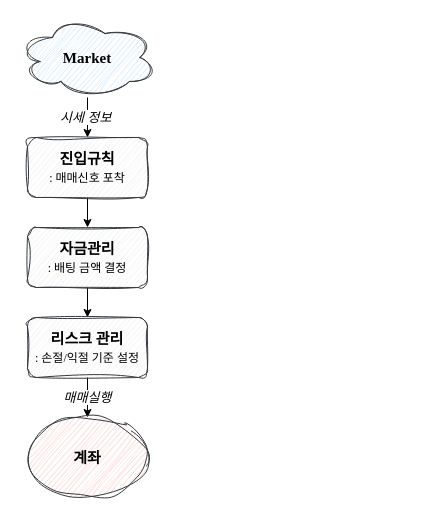
Above: images/2024-11-03-trading-edge-book/trading-flow-chart.drawio in sosoinvest/sosoinvest.github.io (draw.io), before the change. Source tidied: cells renumbered, new cells numbered last; positions are measured from the earlier drawing's top-left corner, leaving out a move shared by most shapes. Both pictures are drawn from the tidied source at 100%, with x=0, y=0 at pixel (17, 17).
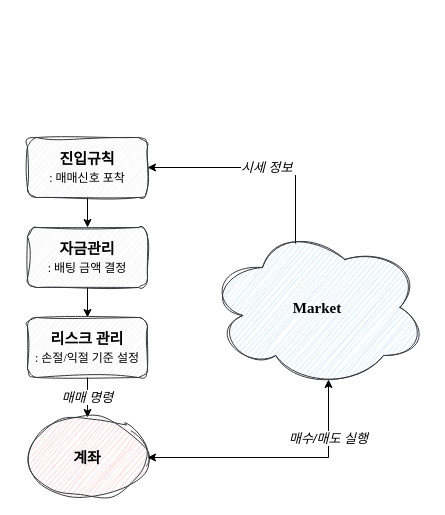
After the change.

What changed in the source:
```diff
@@
 <mxGraphModel>
   <root>
     <mxCell id="0" />
     <mxCell id="1" parent="0" />
-    <mxCell id="2" style="edgeStyle=orthogonalEdgeStyle;rounded=0;jettySize=auto;html=1;entryX=0.5;entryY=0;entryDx=0;entryDy=0;fontFamily=Times New Roman;" parent="1" edge="1" source="4" target="6">
-      <mxGeometry relative="1" as="geometry" />
+    <mxCell id="2" style="edgeStyle=orthogonalEdgeStyle;rounded=0;jettySize=auto;html=1;entryX=1;entryY=0.5;entryDx=0;entryDy=0;fontFamily=Times New Roman;exitX=0.4;exitY=0.1;exitDx=0;exitDy=0;exitPerimeter=0;" parent="1" edge="1" source="4" target="6">
+      <mxGeometry relative="1" as="geometry">
+        <Array as="points">
+          <mxPoint x="278" y="150" />
+        </Array>
+      </mxGeometry>
     </mxCell>
     <mxCell id="3" value="&lt;font style=&quot;font-size: 13px;&quot;&gt;&lt;i&gt;시세 정보&amp;nbsp;&lt;/i&gt;&lt;/font&gt;" style="edgeLabel;html=1;align=center;verticalAlign=middle;" parent="2" vertex="1">
       <mxGeometry x="-0.07" y="-1" relative="1" as="geometry" />
     </mxCell>
     <mxCell id="4" value="&lt;b&gt;Market&lt;/b&gt;" style="ellipse;shape=cloud;whiteSpace=wrap;html=1;sketch=1;curveFitting=1;jiggle=2;fontFamily=Times New Roman;fontSize=15;fillColor=#cce5ff;strokeColor=#36393d;" parent="1" vertex="1">
-      <mxGeometry width="140" height="80" as="geometry" />
+      <mxGeometry x="190" y="210" width="220" height="160" as="geometry" />
     </mxCell>
     <mxCell id="5" style="edgeStyle=orthogonalEdgeStyle;rounded=0;jettySize=auto;html=1;exitX=0.5;exitY=1;exitDx=0;exitDy=0;entryX=0.5;entryY=0;entryDx=0;entryDy=0;fontFamily=Times New Roman;" parent="1" edge="1" source="6" target="8">
       <mxGeometry relative="1" as="geometry" />
     </mxCell>
     <mxCell id="6" value="&lt;b&gt;진입규칙&lt;/b&gt;&lt;div&gt;&lt;font style=&quot;font-size: 12px;&quot;&gt;: 매매신호 포착&lt;/font&gt;&lt;/div&gt;" style="rounded=1;whiteSpace=wrap;html=1;sketch=1;curveFitting=1;jiggle=2;fontFamily=Times New Roman;fontSize=15;fillColor=#eeeeee;strokeColor=#36393d;" parent="1" vertex="1">
       <mxGeometry x="10" y="120" width="120" height="60" as="geometry" />
     </mxCell>
     <mxCell id="7" style="edgeStyle=orthogonalEdgeStyle;rounded=0;jettySize=auto;html=1;entryX=0.5;entryY=0;entryDx=0;entryDy=0;" parent="1" edge="1" source="8" target="10">
       <mxGeometry relative="1" as="geometry" />
     </mxCell>
     <mxCell id="8" value="&lt;b&gt;자금관리&lt;/b&gt;&lt;div&gt;&lt;font style=&quot;font-size: 12px;&quot;&gt;: 배팅 금액 결정&lt;/font&gt;&lt;/div&gt;" style="rounded=1;whiteSpace=wrap;html=1;sketch=1;curveFitting=1;jiggle=2;fontFamily=Times New Roman;fontSize=15;fillColor=#eeeeee;strokeColor=#36393d;" parent="1" vertex="1">
       <mxGeometry x="10" y="210" width="120" height="60" as="geometry" />
     </mxCell>
-    <mxCell id="9" value="&lt;font style=&quot;font-size: 13px;&quot;&gt;&lt;i&gt;매매실행&lt;/i&gt;&lt;/font&gt;" style="edgeStyle=orthogonalEdgeStyle;rounded=0;jettySize=auto;html=1;entryX=0.5;entryY=0;entryDx=0;entryDy=0;" parent="1" edge="1" source="10" target="11">
+    <mxCell id="9" value="&lt;font style=&quot;font-size: 13px;&quot;&gt;&lt;i&gt;매매 명령&lt;/i&gt;&lt;/font&gt;" style="edgeStyle=orthogonalEdgeStyle;rounded=0;jettySize=auto;html=1;entryX=0.5;entryY=0;entryDx=0;entryDy=0;" parent="1" edge="1" source="10" target="11">
       <mxGeometry relative="1" as="geometry" />
     </mxCell>
     <mxCell id="10" value="&lt;b&gt;리스크 관리&lt;/b&gt;&lt;div&gt;&lt;font style=&quot;font-size: 12px;&quot;&gt;: 손절/익절 기준 설정&lt;/font&gt;&lt;/div&gt;" style="rounded=1;whiteSpace=wrap;html=1;sketch=1;curveFitting=1;jiggle=2;fontFamily=Times New Roman;fontSize=15;fillColor=#eeeeee;strokeColor=#36393d;" parent="1" vertex="1">
       <mxGeometry x="10" y="300" width="120" height="60" as="geometry" />
     </mxCell>
     <mxCell id="11" value="&lt;b&gt;계좌&lt;/b&gt;" style="ellipse;whiteSpace=wrap;html=1;sketch=1;curveFitting=1;jiggle=2;fontFamily=Times New Roman;fontSize=15;fillColor=#ffcccc;strokeColor=#36393d;" parent="1" vertex="1">
       <mxGeometry x="10" y="400" width="120" height="80" as="geometry" />
     </mxCell>
+    <mxCell id="12" style="edgeStyle=orthogonalEdgeStyle;rounded=0;jettySize=auto;html=1;entryX=0.55;entryY=0.95;entryDx=0;entryDy=0;entryPerimeter=0;endArrow=classic;endFill=1;startArrow=classic;startFill=1;" parent="1" edge="1" source="11" target="4">
+      <mxGeometry relative="1" as="geometry" />
+    </mxCell>
+    <mxCell id="13" value="&lt;font style=&quot;font-size: 13px;&quot;&gt;&lt;i&gt;매수/매도 실행&lt;/i&gt;&lt;/font&gt;" style="edgeLabel;html=1;align=center;verticalAlign=middle;" parent="12" vertex="1">
+      <mxGeometry x="0.55" y="1" relative="1" as="geometry" />
+    </mxCell>
   </root>
 </mxGraphModel>
```
